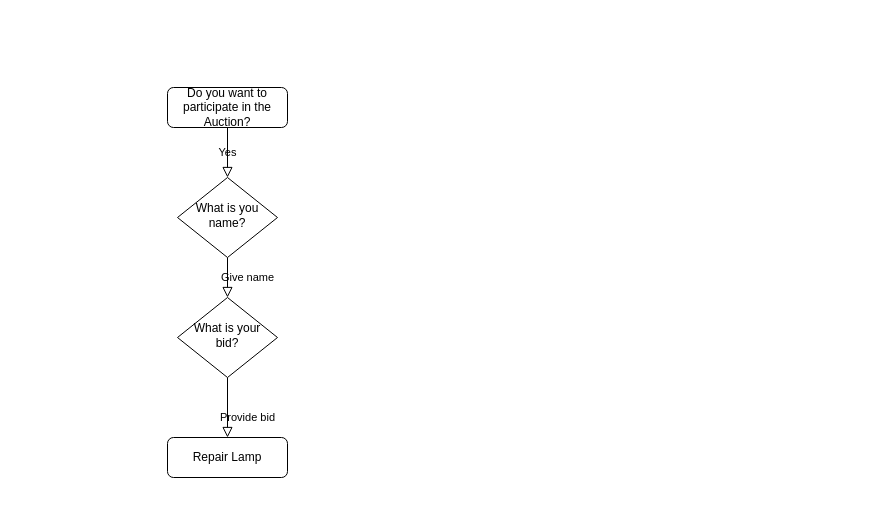
casper-van-der-krift/100-Days-of-Code keeps this draw.io diagram as Untitled Diagram.drawio. Above is the earlier version. Source tidied: cells renumbered, new cells numbered last; positions are measured from the earlier drawing's top-left corner, leaving out a move shared by most shapes. Both pictures are drawn from the tidied source at 100%, with x=0, y=0 at pixel (167, 87).
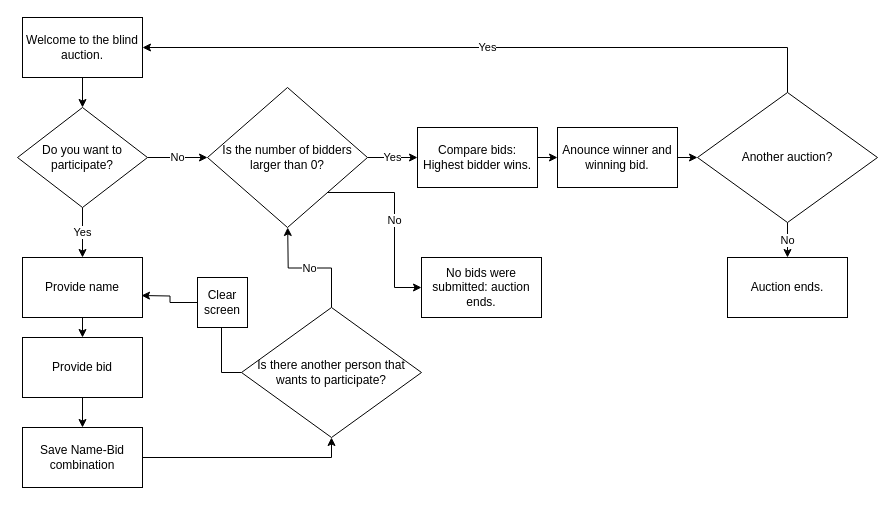
The same page after the edit.

What changed in the source:
```diff
@@
-    <mxCell id="2" value="Yes" style="rounded=0;html=1;jettySize=auto;fontSize=11;endArrow=block;endFill=0;endSize=8;strokeWidth=1;shadow=0;labelBackgroundColor=none;edgeStyle=orthogonalEdgeStyle;" parent="1" edge="1" source="3" target="5">
-      <mxGeometry relative="1" as="geometry">
-        <Array as="points">
-          <mxPoint x="60" y="80" />
-          <mxPoint x="60" y="80" />
-        </Array>
-      </mxGeometry>
-    </mxCell>
-    <mxCell id="3" value="Do you want to participate in the Auction?" style="rounded=1;whiteSpace=wrap;html=1;fontSize=12;glass=0;strokeWidth=1;shadow=0;" parent="1" vertex="1">
-      <mxGeometry width="120" height="40" as="geometry" />
-    </mxCell>
-    <mxCell id="4" value="Give name" style="rounded=0;html=1;jettySize=auto;fontSize=11;endArrow=block;endFill=0;endSize=8;strokeWidth=1;shadow=0;labelBackgroundColor=none;edgeStyle=orthogonalEdgeStyle;" parent="1" edge="1" source="5" target="7">
-      <mxGeometry y="20" relative="1" as="geometry" />
-    </mxCell>
-    <mxCell id="5" value="What is you name?" style="rhombus;whiteSpace=wrap;html=1;shadow=0;fontFamily=Helvetica;fontSize=12;align=center;strokeWidth=1;spacing=6;spacingTop=-4;" parent="1" vertex="1">
-      <mxGeometry x="10" y="90" width="100" height="80" as="geometry" />
-    </mxCell>
+    <mxCell id="9" style="edgeStyle=orthogonalEdgeStyle;rounded=0;jettySize=auto;html=1;exitX=0.5;exitY=1;exitDx=0;exitDy=0;" parent="1" edge="1" source="10" target="13">
+      <mxGeometry relative="1" as="geometry" />
+    </mxCell>
+    <mxCell id="10" value="Welcome to the blind auction." style="rounded=0;whiteSpace=wrap;html=1;" parent="1" vertex="1">
+      <mxGeometry x="-145" y="-70" width="120" height="60" as="geometry" />
+    </mxCell>
+    <mxCell id="11" value="No" style="edgeStyle=orthogonalEdgeStyle;rounded=0;jettySize=auto;html=1;exitX=1;exitY=0.5;exitDx=0;exitDy=0;" parent="1" edge="1" source="13">
+      <mxGeometry relative="1" as="geometry">
+        <mxPoint x="40" y="70" as="targetPoint" />
+      </mxGeometry>
+    </mxCell>
+    <mxCell id="12" value="Yes" style="edgeStyle=orthogonalEdgeStyle;rounded=0;jettySize=auto;html=1;exitX=0.5;exitY=1;exitDx=0;exitDy=0;" parent="1" edge="1" source="13">
+      <mxGeometry relative="1" as="geometry">
+        <mxPoint x="-85" y="170" as="targetPoint" />
+      </mxGeometry>
+    </mxCell>
+    <mxCell id="13" value="Do you want to participate?" style="rhombus;whiteSpace=wrap;html=1;" parent="1" vertex="1">
+      <mxGeometry x="-150" y="20" width="130" height="100" as="geometry" />
+    </mxCell>
+    <mxCell id="14" value="No" style="edgeStyle=orthogonalEdgeStyle;rounded=0;jettySize=auto;html=1;exitX=0.5;exitY=0;exitDx=0;exitDy=0;" parent="1" edge="1" source="16">
+      <mxGeometry relative="1" as="geometry">
+        <mxPoint x="120.2" y="140" as="targetPoint" />
+      </mxGeometry>
+    </mxCell>
+    <mxCell id="15" style="edgeStyle=orthogonalEdgeStyle;rounded=0;jettySize=auto;html=1;exitX=0;exitY=0.5;exitDx=0;exitDy=0;entryX=0.5;entryY=1;entryDx=0;entryDy=0;" parent="1" edge="1" source="16" target="34">
+      <mxGeometry relative="1" as="geometry" />
+    </mxCell>
+    <mxCell id="16" value="Is there another person that wants to participate?" style="rhombus;whiteSpace=wrap;html=1;" parent="1" vertex="1">
+      <mxGeometry x="74" y="220" width="180" height="130" as="geometry" />
+    </mxCell>
+    <mxCell id="17" style="edgeStyle=orthogonalEdgeStyle;rounded=0;jettySize=auto;html=1;exitX=1;exitY=0.5;exitDx=0;exitDy=0;entryX=0;entryY=0.5;entryDx=0;entryDy=0;" parent="1" edge="1" source="18" target="24">
+      <mxGeometry relative="1" as="geometry" />
+    </mxCell>
+    <mxCell id="18" value="Compare bids: Highest bidder wins." style="rounded=0;whiteSpace=wrap;html=1;" parent="1" vertex="1">
+      <mxGeometry x="250" y="40" width="120" height="60" as="geometry" />
+    </mxCell>
+    <mxCell id="19" style="edgeStyle=orthogonalEdgeStyle;rounded=0;jettySize=auto;html=1;exitX=0.5;exitY=1;exitDx=0;exitDy=0;entryX=0.5;entryY=0;entryDx=0;entryDy=0;" parent="1" edge="1" source="20" target="6">
+      <mxGeometry relative="1" as="geometry" />
+    </mxCell>
+    <mxCell id="20" value="Provide name" style="rounded=0;whiteSpace=wrap;html=1;" parent="1" vertex="1">
+      <mxGeometry x="-145" y="170" width="120" height="60" as="geometry" />
+    </mxCell>
+    <mxCell id="21" style="edgeStyle=orthogonalEdgeStyle;rounded=0;jettySize=auto;html=1;exitX=1;exitY=0.5;exitDx=0;exitDy=0;entryX=0.5;entryY=1;entryDx=0;entryDy=0;" parent="1" edge="1" source="25" target="16">
+      <mxGeometry relative="1" as="geometry" />
+    </mxCell>
+    <mxCell id="22" style="edgeStyle=orthogonalEdgeStyle;rounded=0;jettySize=auto;html=1;exitX=0.5;exitY=1;exitDx=0;exitDy=0;entryX=0.5;entryY=0;entryDx=0;entryDy=0;" parent="1" edge="1" source="6" target="25">
+      <mxGeometry relative="1" as="geometry" />
+    </mxCell>
-    <mxCell id="6" value="Provide bid" style="rounded=0;html=1;jettySize=auto;fontSize=11;endArrow=block;endFill=0;endSize=8;strokeWidth=1;shadow=0;labelBackgroundColor=none;edgeStyle=orthogonalEdgeStyle;" parent="1" edge="1" source="7" target="8">
-      <mxGeometry x="0.33" y="20" relative="1" as="geometry" />
+    <mxCell id="6" value="Provide bid" style="rounded=0;whiteSpace=wrap;html=1;" parent="1" vertex="1">
+      <mxGeometry x="-145" y="250" width="120" height="60" as="geometry" />
     </mxCell>
-    <mxCell id="7" value="What is your bid?" style="rhombus;whiteSpace=wrap;html=1;shadow=0;fontFamily=Helvetica;fontSize=12;align=center;strokeWidth=1;spacing=6;spacingTop=-4;" parent="1" vertex="1">
-      <mxGeometry x="10" y="210" width="100" height="80" as="geometry" />
-    </mxCell>
-    <mxCell id="8" value="Repair Lamp" style="rounded=1;whiteSpace=wrap;html=1;fontSize=12;glass=0;strokeWidth=1;shadow=0;" parent="1" vertex="1">
-      <mxGeometry y="350" width="120" height="40" as="geometry" />
-    </mxCell>
+    <mxCell id="23" style="edgeStyle=orthogonalEdgeStyle;rounded=0;jettySize=auto;html=1;exitX=1;exitY=0.5;exitDx=0;exitDy=0;entryX=0;entryY=0.5;entryDx=0;entryDy=0;" parent="1" edge="1" source="24">
+      <mxGeometry relative="1" as="geometry">
+        <mxPoint x="530" y="70" as="targetPoint" />
+      </mxGeometry>
+    </mxCell>
+    <mxCell id="24" value="Anounce winner and winning bid." style="rounded=0;whiteSpace=wrap;html=1;" parent="1" vertex="1">
+      <mxGeometry x="390" y="40" width="120" height="60" as="geometry" />
+    </mxCell>
+    <mxCell id="25" value="Save Name-Bid combination" style="rounded=0;whiteSpace=wrap;html=1;" parent="1" vertex="1">
+      <mxGeometry x="-145" y="340" width="120" height="60" as="geometry" />
+    </mxCell>
+    <mxCell id="26" value="Yes" style="edgeStyle=orthogonalEdgeStyle;rounded=0;jettySize=auto;html=1;exitX=1;exitY=0.5;exitDx=0;exitDy=0;entryX=0;entryY=0.5;entryDx=0;entryDy=0;" parent="1" edge="1" source="28" target="18">
+      <mxGeometry relative="1" as="geometry" />
+    </mxCell>
+    <mxCell id="27" value="No" style="edgeStyle=orthogonalEdgeStyle;rounded=0;jettySize=auto;html=1;exitX=1;exitY=1;exitDx=0;exitDy=0;entryX=0;entryY=0.5;entryDx=0;entryDy=0;" parent="1" edge="1" source="28" target="29">
+      <mxGeometry relative="1" as="geometry" />
+    </mxCell>
+    <mxCell id="28" value="Is the number of bidders larger than 0?" style="rhombus;whiteSpace=wrap;html=1;" parent="1" vertex="1">
+      <mxGeometry x="40" width="160" height="140" as="geometry" />
+    </mxCell>
+    <mxCell id="29" value="No bids were submitted: auction ends." style="rounded=0;whiteSpace=wrap;html=1;" parent="1" vertex="1">
+      <mxGeometry x="254" y="170" width="120" height="60" as="geometry" />
+    </mxCell>
+    <mxCell id="30" value="No" style="edgeStyle=orthogonalEdgeStyle;rounded=0;jettySize=auto;html=1;exitX=0.5;exitY=1;exitDx=0;exitDy=0;entryX=0.5;entryY=0;entryDx=0;entryDy=0;" parent="1" edge="1" source="32" target="33">
+      <mxGeometry relative="1" as="geometry" />
+    </mxCell>
+    <mxCell id="31" value="Yes" style="edgeStyle=orthogonalEdgeStyle;rounded=0;jettySize=auto;html=1;exitX=0.5;exitY=0;exitDx=0;exitDy=0;entryX=1;entryY=0.5;entryDx=0;entryDy=0;" parent="1" edge="1" source="32" target="10">
+      <mxGeometry relative="1" as="geometry" />
+    </mxCell>
+    <mxCell id="32" value="Another auction?" style="rhombus;whiteSpace=wrap;html=1;" parent="1" vertex="1">
+      <mxGeometry x="530" y="5" width="180" height="130" as="geometry" />
+    </mxCell>
+    <mxCell id="33" value="Auction ends." style="rounded=0;whiteSpace=wrap;html=1;" parent="1" vertex="1">
+      <mxGeometry x="560" y="170" width="120" height="60" as="geometry" />
+    </mxCell>
+    <mxCell id="34" value="Clear screen" style="whiteSpace=wrap;html=1;" parent="1" vertex="1">
+      <mxGeometry x="30" y="190" width="50" height="50" as="geometry" />
+    </mxCell>
+    <mxCell id="35" style="edgeStyle=orthogonalEdgeStyle;rounded=0;jettySize=auto;html=1;exitX=0;exitY=0.5;exitDx=0;exitDy=0;" parent="1" edge="1" source="34">
+      <mxGeometry relative="1" as="geometry">
+        <mxPoint x="-26" y="208" as="targetPoint" />
+      </mxGeometry>
+    </mxCell>
```
